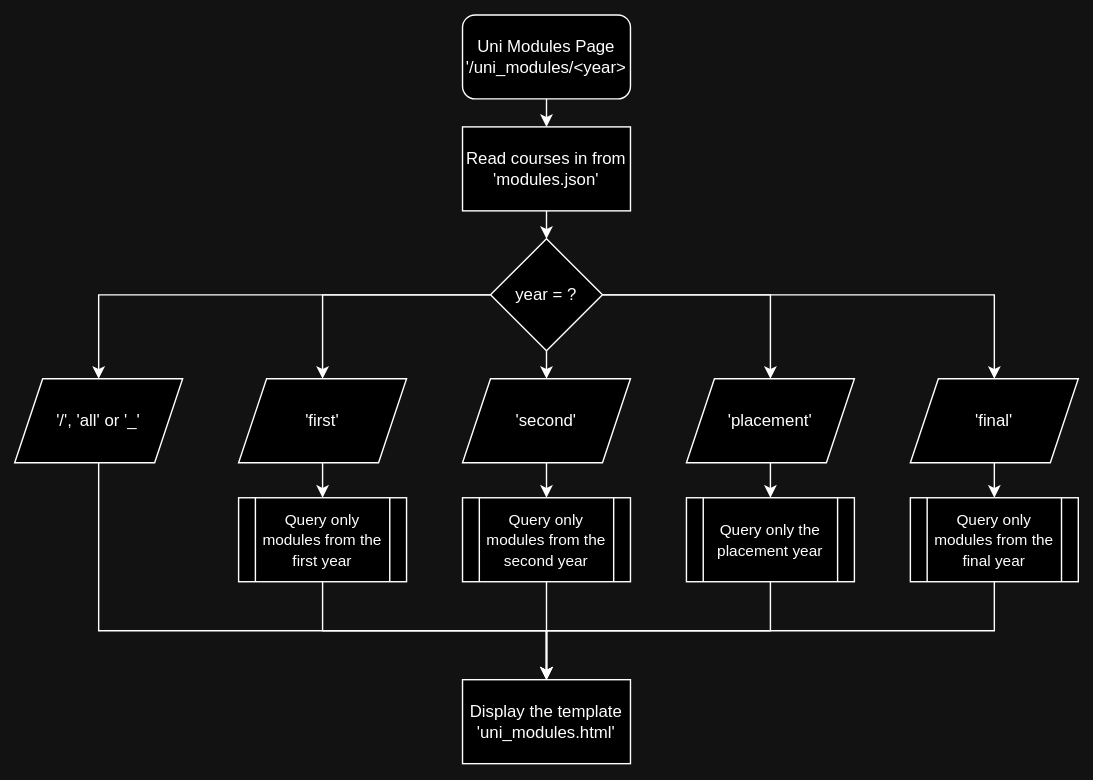
Above: res/flow_diagrams/Uni_Modules.svg in corey-richardson/course-progress-tracker (draw.io), before the change. Source tidied: cells renumbered, new cells last; positions are measured from the earlier drawing's top-left corner, leaving out a move shared by most shapes.
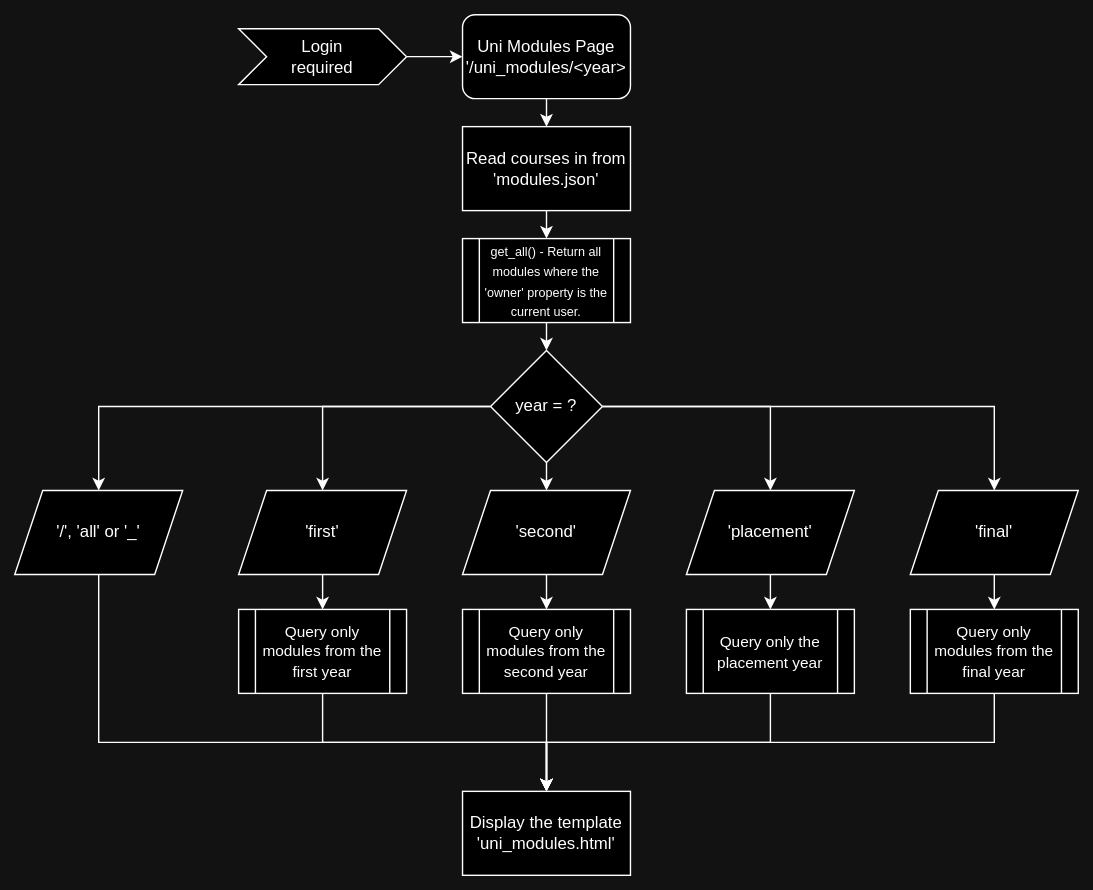
After the change.

Diff of the diagram source:
```diff
@@ -6,7 +6,7 @@
       <mxGeometry relative="1" as="geometry" />
     </mxCell>
     <mxCell id="3" value="Uni Modules Page&lt;br&gt;'/uni_modules/&amp;lt;year&amp;gt;" style="rounded=1;whiteSpace=wrap;html=1;" parent="1" vertex="1">
-      <mxGeometry x="320" width="120" height="60" as="geometry" />
+      <mxGeometry x="320" y="-80" width="120" height="60" as="geometry" />
     </mxCell>
     <mxCell id="4" value="Display the template 'uni_modules.html'" style="rounded=0;whiteSpace=wrap;html=1;" parent="1" vertex="1">
       <mxGeometry x="320" y="475" width="120" height="60" as="geometry" />
@@ -29,11 +29,11 @@
     <mxCell id="10" value="year = ?" style="rhombus;whiteSpace=wrap;html=1;" parent="1" vertex="1">
       <mxGeometry x="340" y="160" width="80" height="80" as="geometry" />
     </mxCell>
-    <mxCell id="11" style="edgeStyle=orthogonalEdgeStyle;rounded=0;jettySize=auto;html=1;exitX=0.5;exitY=1;exitDx=0;exitDy=0;entryX=0.5;entryY=0;entryDx=0;entryDy=0;" parent="1" edge="1" source="12" target="10">
-      <mxGeometry relative="1" as="geometry" />
-    </mxCell>
+    <mxCell id="31" style="edgeStyle=orthogonalEdgeStyle;rounded=0;jettySize=auto;html=1;exitX=0.5;exitY=1;exitDx=0;exitDy=0;entryX=0.5;entryY=0;entryDx=0;entryDy=0;" parent="1" edge="1" source="12" target="35">
+      <mxGeometry relative="1" as="geometry" />
+    </mxCell>
     <mxCell id="12" value="Read courses in from&lt;br&gt;'modules.json'" style="rounded=0;whiteSpace=wrap;html=1;" parent="1" vertex="1">
-      <mxGeometry x="320" y="80" width="120" height="60" as="geometry" />
+      <mxGeometry x="320" width="120" height="60" as="geometry" />
     </mxCell>
     <mxCell id="13" style="edgeStyle=orthogonalEdgeStyle;rounded=0;jettySize=auto;html=1;exitX=0.5;exitY=1;exitDx=0;exitDy=0;entryX=0.5;entryY=0;entryDx=0;entryDy=0;" parent="1" edge="1" source="14" target="4">
       <mxGeometry relative="1" as="geometry" />
@@ -94,5 +94,17 @@
     <mxCell id="30" value="'/', 'all' or '_'" style="shape=parallelogram;perimeter=parallelogramPerimeter;whiteSpace=wrap;html=1;fixedSize=1;" parent="1" vertex="1">
       <mxGeometry y="260" width="120" height="60" as="geometry" />
     </mxCell>
+    <mxCell id="32" style="edgeStyle=orthogonalEdgeStyle;rounded=0;jettySize=auto;html=1;" parent="1" edge="1" source="33" target="3">
+      <mxGeometry relative="1" as="geometry" />
+    </mxCell>
+    <mxCell id="33" value="Login&lt;br&gt;required" style="shape=step;perimeter=stepPerimeter;whiteSpace=wrap;html=1;fixedSize=1;" parent="1" vertex="1">
+      <mxGeometry x="160" y="-70" width="120" height="40" as="geometry" />
+    </mxCell>
+    <mxCell id="34" style="edgeStyle=orthogonalEdgeStyle;rounded=0;jettySize=auto;html=1;exitX=0.5;exitY=1;exitDx=0;exitDy=0;entryX=0.5;entryY=0;entryDx=0;entryDy=0;" parent="1" edge="1" source="35" target="10">
+      <mxGeometry relative="1" as="geometry" />
+    </mxCell>
+    <mxCell id="35" value="&lt;font style=&quot;font-size: 9px;&quot;&gt;get_all() - Return all modules where the 'owner' property is the current user.&lt;/font&gt;" style="shape=process;whiteSpace=wrap;html=1;backgroundOutline=1;" parent="1" vertex="1">
+      <mxGeometry x="320" y="80" width="120" height="60" as="geometry" />
+    </mxCell>
   </root>
 </mxGraphModel>
```
